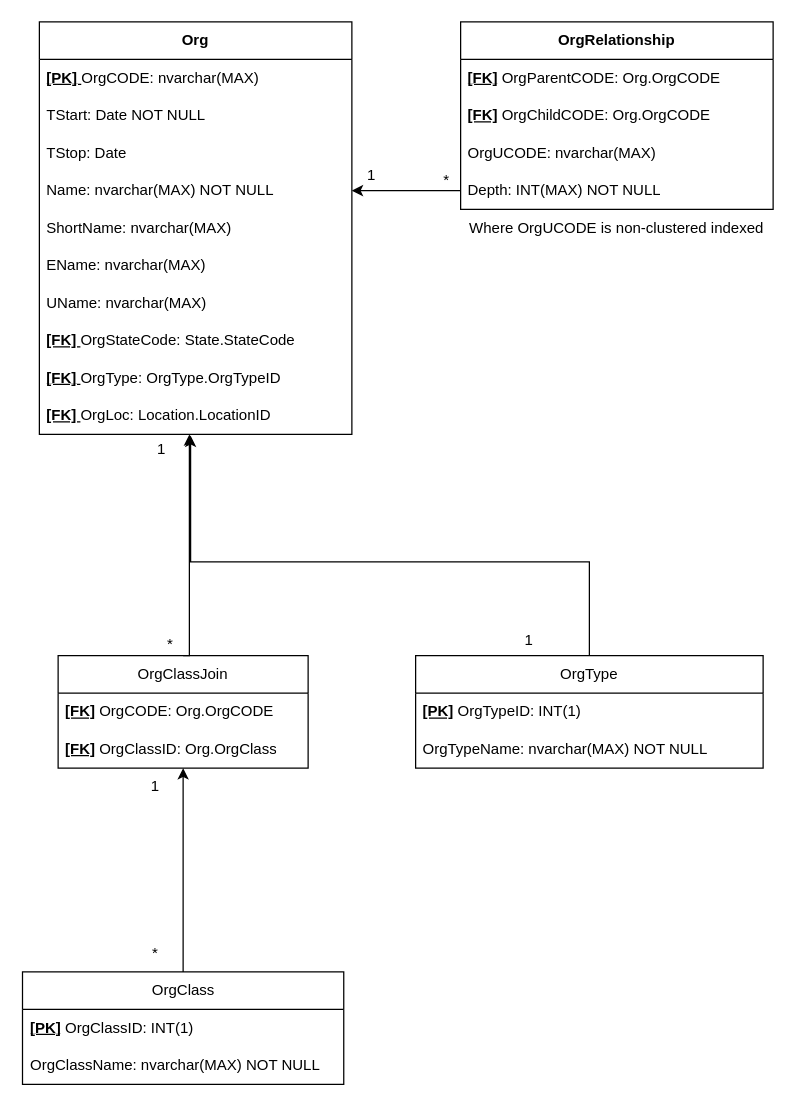
The draw.io diagram doc/GCAT.Org.drawio in cosmicshuttle/GCAT.NET, before the edit. Source tidied: cells renumbered, new cells numbered last; positions are measured from the earlier drawing's top-left corner, leaving out a move shared by most shapes. Both pictures are drawn from the tidied source at 125%, with x=0, y=0 at pixel (21, 21).
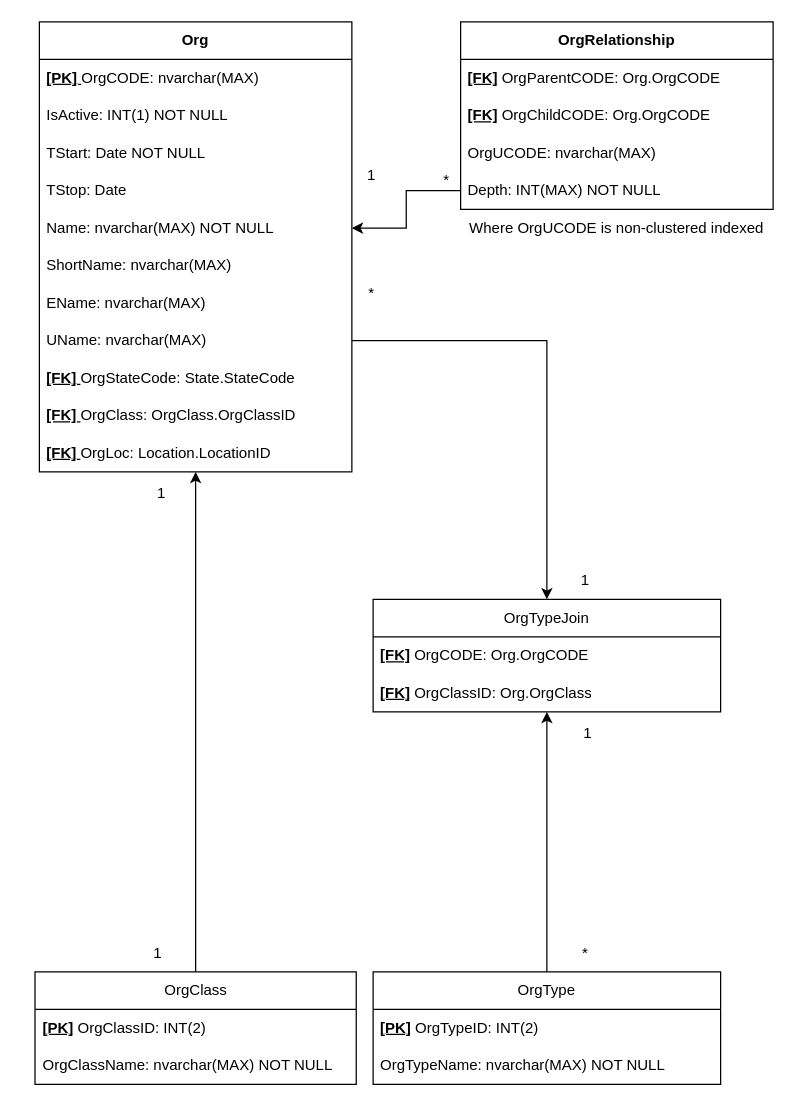
After the change.

Commit message (it also covers changes not shown here):
org tables update

Change to the diagram source:
```diff
@@
+    <mxCell id="39" style="edgeStyle=orthogonalEdgeStyle;rounded=0;jettySize=auto;html=1;exitX=0.5;exitY=0;exitDx=0;exitDy=0;" parent="1" edge="1" source="2" target="13">
+      <mxGeometry relative="1" as="geometry" />
+    </mxCell>
     <mxCell id="2" value="OrgClass" style="swimlane;fontStyle=0;horizontal=1;startSize=30;whiteSpace=wrap;html=1;" parent="1" vertex="1">
-      <mxGeometry x="0.5" y="760" width="257" height="90" as="geometry" />
+      <mxGeometry x="10.5" y="760" width="257" height="90" as="geometry" />
     </mxCell>
-    <mxCell id="3" value="&lt;u style=&quot;font-weight: bold;&quot;&gt;[PK]&lt;/u&gt;&amp;nbsp;OrgClassID: INT(1)" style="text;strokeColor=none;fillColor=none;align=left;verticalAlign=middle;spacingLeft=4;spacingRight=4;overflow=hidden;whiteSpace=wrap;html=1;" parent="2" vertex="1">
+    <mxCell id="3" value="&lt;u style=&quot;font-weight: bold;&quot;&gt;[PK]&lt;/u&gt;&amp;nbsp;OrgClassID: INT(2)" style="text;strokeColor=none;fillColor=none;align=left;verticalAlign=middle;spacingLeft=4;spacingRight=4;overflow=hidden;whiteSpace=wrap;html=1;" parent="2" vertex="1">
       <mxGeometry y="30" width="257" height="30" as="geometry" />
     </mxCell>
@@
+    <mxCell id="40" style="edgeStyle=orthogonalEdgeStyle;rounded=0;jettySize=auto;html=1;exitX=0.5;exitY=0;exitDx=0;exitDy=0;" parent="1" edge="1" source="5" target="24">
+      <mxGeometry relative="1" as="geometry" />
+    </mxCell>
     <mxCell id="5" value="OrgType" style="swimlane;fontStyle=0;horizontal=1;startSize=30;whiteSpace=wrap;html=1;" parent="1" vertex="1">
-      <mxGeometry x="315" y="507" width="278" height="90" as="geometry" />
+      <mxGeometry x="281" y="760" width="278" height="90" as="geometry" />
     </mxCell>
-    <mxCell id="6" value="&lt;u style=&quot;font-weight: bold;&quot;&gt;[PK]&lt;/u&gt;&amp;nbsp;OrgTypeID: INT(1)" style="text;strokeColor=none;fillColor=none;align=left;verticalAlign=middle;spacingLeft=4;spacingRight=4;overflow=hidden;whiteSpace=wrap;html=1;" parent="5" vertex="1">
+    <mxCell id="6" value="&lt;u style=&quot;font-weight: bold;&quot;&gt;[PK]&lt;/u&gt;&amp;nbsp;OrgTypeID: INT(2)" style="text;strokeColor=none;fillColor=none;align=left;verticalAlign=middle;spacingLeft=4;spacingRight=4;overflow=hidden;whiteSpace=wrap;html=1;" parent="5" vertex="1">
       <mxGeometry y="30" width="278" height="30" as="geometry" />
     </mxCell>
@@
     <mxCell id="13" value="&lt;b&gt;Org&lt;/b&gt;" style="swimlane;fontStyle=0;horizontal=1;startSize=30;whiteSpace=wrap;html=1;" parent="1" vertex="1">
-      <mxGeometry x="14" width="250" height="330" as="geometry" />
+      <mxGeometry x="14" width="250" height="360" as="geometry" />
     </mxCell>
@@
+    <mxCell id="41" value="IsActive: INT(1) NOT NULL" style="text;strokeColor=none;fillColor=none;align=left;verticalAlign=middle;spacingLeft=4;spacingRight=4;overflow=hidden;whiteSpace=wrap;html=1;" parent="13" vertex="1">
+      <mxGeometry y="60" width="250" height="30" as="geometry" />
+    </mxCell>
     <mxCell id="15" value="TStart: Date NOT NULL" style="text;strokeColor=none;fillColor=none;align=left;verticalAlign=middle;spacingLeft=4;spacingRight=4;overflow=hidden;whiteSpace=wrap;html=1;" parent="13" vertex="1">
-      <mxGeometry y="60" width="250" height="30" as="geometry" />
+      <mxGeometry y="90" width="250" height="30" as="geometry" />
     </mxCell>
     <mxCell id="16" value="TStop: Date" style="text;strokeColor=none;fillColor=none;align=left;verticalAlign=middle;spacingLeft=4;spacingRight=4;overflow=hidden;whiteSpace=wrap;html=1;" parent="13" vertex="1">
-      <mxGeometry y="90" width="250" height="30" as="geometry" />
+      <mxGeometry y="120" width="250" height="30" as="geometry" />
     </mxCell>
     <mxCell id="17" value="Name: nvarchar(MAX) NOT NULL" style="text;strokeColor=none;fillColor=none;align=left;verticalAlign=middle;spacingLeft=4;spacingRight=4;overflow=hidden;points=[[0,0.5],[1,0.5]];portConstraint=eastwest;whiteSpace=wrap;html=1;" parent="13" vertex="1">
-      <mxGeometry y="120" width="250" height="30" as="geometry" />
+      <mxGeometry y="150" width="250" height="30" as="geometry" />
     </mxCell>
     <mxCell id="18" value="ShortName: nvarchar(MAX)" style="text;strokeColor=none;fillColor=none;align=left;verticalAlign=middle;spacingLeft=4;spacingRight=4;overflow=hidden;whiteSpace=wrap;html=1;" parent="13" vertex="1">
-      <mxGeometry y="150" width="250" height="30" as="geometry" />
+      <mxGeometry y="180" width="250" height="30" as="geometry" />
     </mxCell>
     <mxCell id="19" value="EName: nvarchar(MAX)" style="text;strokeColor=none;fillColor=none;align=left;verticalAlign=middle;spacingLeft=4;spacingRight=4;overflow=hidden;whiteSpace=wrap;html=1;" parent="13" vertex="1">
-      <mxGeometry y="180" width="250" height="30" as="geometry" />
+      <mxGeometry y="210" width="250" height="30" as="geometry" />
     </mxCell>
     <mxCell id="20" value="UName: nvarchar(MAX)" style="text;strokeColor=none;fillColor=none;align=left;verticalAlign=middle;spacingLeft=4;spacingRight=4;overflow=hidden;points=[[0,0.5],[1,0.5]];portConstraint=eastwest;whiteSpace=wrap;html=1;" parent="13" vertex="1">
-      <mxGeometry y="210" width="250" height="30" as="geometry" />
+      <mxGeometry y="240" width="250" height="30" as="geometry" />
     </mxCell>
     <mxCell id="21" value="&lt;u style=&quot;font-weight: bold;&quot;&gt;[FK] &lt;/u&gt;OrgStateCode: State.StateCode" style="text;strokeColor=none;fillColor=none;align=left;verticalAlign=middle;spacingLeft=4;spacingRight=4;overflow=hidden;whiteSpace=wrap;html=1;" parent="13" vertex="1">
-      <mxGeometry y="240" width="250" height="30" as="geometry" />
+      <mxGeometry y="270" width="250" height="30" as="geometry" />
     </mxCell>
-    <mxCell id="22" value="&lt;u style=&quot;font-weight: bold;&quot;&gt;[FK] &lt;/u&gt;OrgType: OrgType.OrgTypeID" style="text;strokeColor=none;fillColor=none;align=left;verticalAlign=middle;spacingLeft=4;spacingRight=4;overflow=hidden;whiteSpace=wrap;html=1;" parent="13" vertex="1">
-      <mxGeometry y="270" width="250" height="30" as="geometry" />
+    <mxCell id="22" value="&lt;u style=&quot;font-weight: bold;&quot;&gt;[FK] &lt;/u&gt;OrgClass: OrgClass.OrgClassID" style="text;strokeColor=none;fillColor=none;align=left;verticalAlign=middle;spacingLeft=4;spacingRight=4;overflow=hidden;whiteSpace=wrap;html=1;" parent="13" vertex="1">
+      <mxGeometry y="300" width="250" height="30" as="geometry" />
     </mxCell>
     <mxCell id="23" value="&lt;u style=&quot;font-weight: bold;&quot;&gt;[FK] &lt;/u&gt;OrgLoc: Location.LocationID" style="text;strokeColor=none;fillColor=none;align=left;verticalAlign=middle;spacingLeft=4;spacingRight=4;overflow=hidden;whiteSpace=wrap;html=1;" parent="13" vertex="1">
-      <mxGeometry y="300" width="250" height="30" as="geometry" />
+      <mxGeometry y="330" width="250" height="30" as="geometry" />
     </mxCell>
-    <mxCell id="24" value="OrgClassJoin" style="swimlane;fontStyle=0;horizontal=1;startSize=30;whiteSpace=wrap;html=1;" parent="1" vertex="1">
-      <mxGeometry x="29" y="507" width="200" height="90" as="geometry" />
+    <mxCell id="24" value="OrgTypeJoin" style="swimlane;fontStyle=0;horizontal=1;startSize=30;whiteSpace=wrap;html=1;" parent="1" vertex="1">
+      <mxGeometry x="281" y="462" width="278" height="90" as="geometry" />
     </mxCell>
     <mxCell id="25" value="&lt;u style=&quot;font-weight: bold;&quot;&gt;[FK]&lt;/u&gt;&amp;nbsp;OrgCODE: Org.OrgCODE" style="text;strokeColor=none;fillColor=none;align=left;verticalAlign=middle;spacingLeft=4;spacingRight=4;overflow=hidden;whiteSpace=wrap;html=1;" parent="24" vertex="1">
-      <mxGeometry y="30" width="200" height="30" as="geometry" />
+      <mxGeometry y="30" width="278" height="30" as="geometry" />
     </mxCell>
     <mxCell id="26" value="&lt;u style=&quot;font-weight: bold;&quot;&gt;[FK]&lt;/u&gt;&amp;nbsp;OrgClassID: Org.OrgClass" style="text;strokeColor=none;fillColor=none;align=left;verticalAlign=middle;spacingLeft=4;spacingRight=4;overflow=hidden;points=[[0,0.5],[1,0.5]];portConstraint=eastwest;whiteSpace=wrap;html=1;" parent="24" vertex="1">
-      <mxGeometry y="60" width="200" height="30" as="geometry" />
+      <mxGeometry y="60" width="278" height="30" as="geometry" />
     </mxCell>
@@
-    <mxCell id="28" style="endArrow=classic;html=1;rounded=0;exitX=0.5;exitY=0;exitDx=0;exitDy=0;" parent="1" edge="1" source="2" target="26">
-      <mxGeometry relative="1" as="geometry" />
-    </mxCell>
     <mxCell id="29" value="1" style="text;html=1;whiteSpace=wrap;strokeColor=none;fillColor=none;align=center;verticalAlign=middle;rounded=0;" parent="1" vertex="1">
-      <mxGeometry x="76.5" y="597" width="60" height="30" as="geometry" />
+      <mxGeometry x="79" y="730" width="60" height="30" as="geometry" />
     </mxCell>
     <mxCell id="30" value="*" style="text;html=1;whiteSpace=wrap;strokeColor=none;fillColor=none;align=center;verticalAlign=middle;rounded=0;" parent="1" vertex="1">
-      <mxGeometry x="76.5" y="730" width="60" height="30" as="geometry" />
+      <mxGeometry x="421" y="730" width="60" height="30" as="geometry" />
     </mxCell>
     <mxCell id="31" value="1" style="text;html=1;whiteSpace=wrap;strokeColor=none;fillColor=none;align=center;verticalAlign=middle;rounded=0;" parent="1" vertex="1">
-      <mxGeometry x="376" y="480" width="60" height="30" as="geometry" />
+      <mxGeometry x="423" y="554" width="60" height="30" as="geometry" />
     </mxCell>
     <mxCell id="32" value="1" style="text;html=1;whiteSpace=wrap;strokeColor=none;fillColor=none;align=center;verticalAlign=middle;rounded=0;" parent="1" vertex="1">
-      <mxGeometry x="82" y="327" width="60" height="30" as="geometry" />
+      <mxGeometry x="421" y="432" width="60" height="30" as="geometry" />
     </mxCell>
     <mxCell id="33" value="*" style="text;html=1;whiteSpace=wrap;strokeColor=none;fillColor=none;align=center;verticalAlign=middle;rounded=0;" parent="1" vertex="1">
-      <mxGeometry x="88.5" y="483" width="60" height="30" as="geometry" />
+      <mxGeometry x="250" y="202" width="60" height="30" as="geometry" />
     </mxCell>
-    <mxCell id="34" style="edgeStyle=orthogonalEdgeStyle;rounded=0;jettySize=auto;html=1;exitX=0.5;exitY=0;exitDx=0;exitDy=0;" parent="1" edge="1" source="24">
-      <mxGeometry relative="1" as="geometry">
-        <mxPoint x="134" y="330" as="targetPoint" />
-        <Array as="points">
-          <mxPoint x="134" y="507" />
-        </Array>
-      </mxGeometry>
-    </mxCell>
@@
-    <mxCell id="38" style="edgeStyle=orthogonalEdgeStyle;rounded=0;jettySize=auto;html=1;exitX=0.5;exitY=0;exitDx=0;exitDy=0;entryX=0.883;entryY=0.133;entryDx=0;entryDy=0;entryPerimeter=0;" parent="1" edge="1" source="5" target="32">
-      <mxGeometry relative="1" as="geometry" />
-    </mxCell>
+    <mxCell id="42" style="edgeStyle=orthogonalEdgeStyle;rounded=0;jettySize=auto;html=1;exitX=1;exitY=0.5;exitDx=0;exitDy=0;entryX=0.5;entryY=0;entryDx=0;entryDy=0;" parent="1" edge="1" source="20" target="24">
+      <mxGeometry relative="1" as="geometry" />
+    </mxCell>
+    <mxCell id="43" value="1" style="text;html=1;whiteSpace=wrap;strokeColor=none;fillColor=none;align=center;verticalAlign=middle;rounded=0;" parent="1" vertex="1">
+      <mxGeometry x="82" y="362" width="60" height="30" as="geometry" />
+    </mxCell>
```
